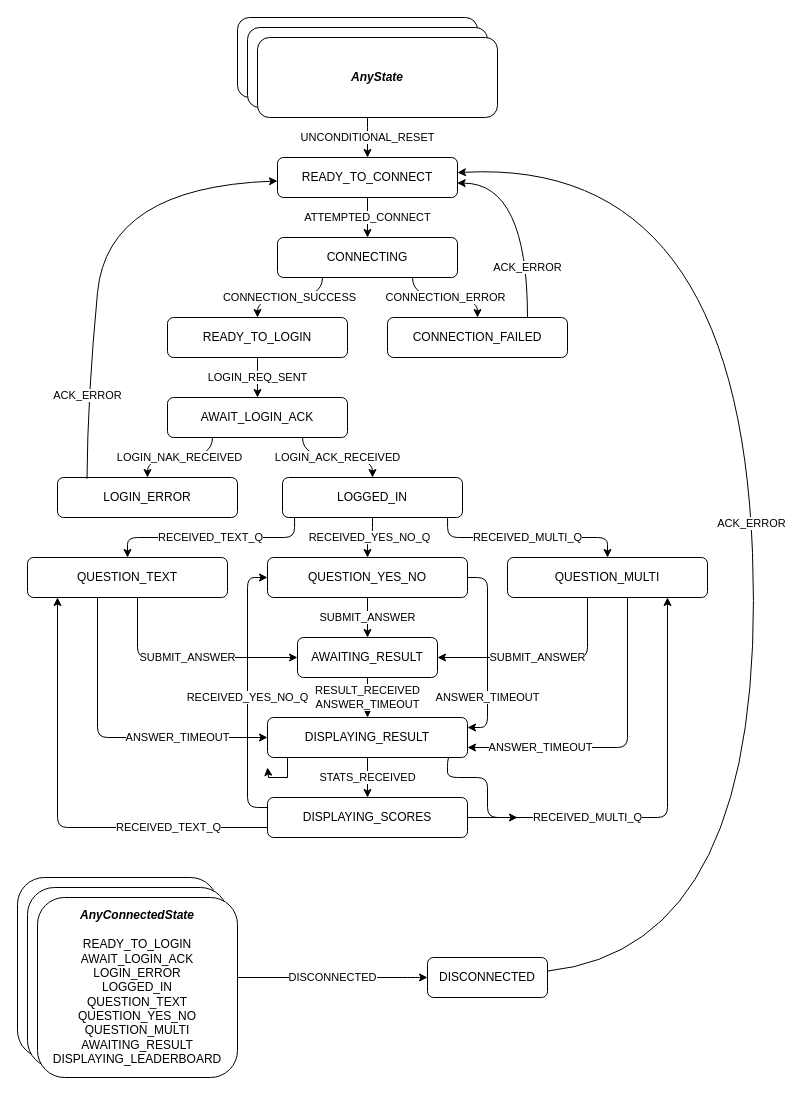
Earlier version of the draw.io diagram alpha_web_client/src/stores/kayeet_states.drawio (melektron/alpha). Source tidied: cells renumbered, new cells numbered last; positions are measured from the earlier drawing's top-left corner, leaving out a move shared by most shapes. Both pictures are drawn from the tidied source at 100%, with x=0, y=0 at pixel (17, 17).
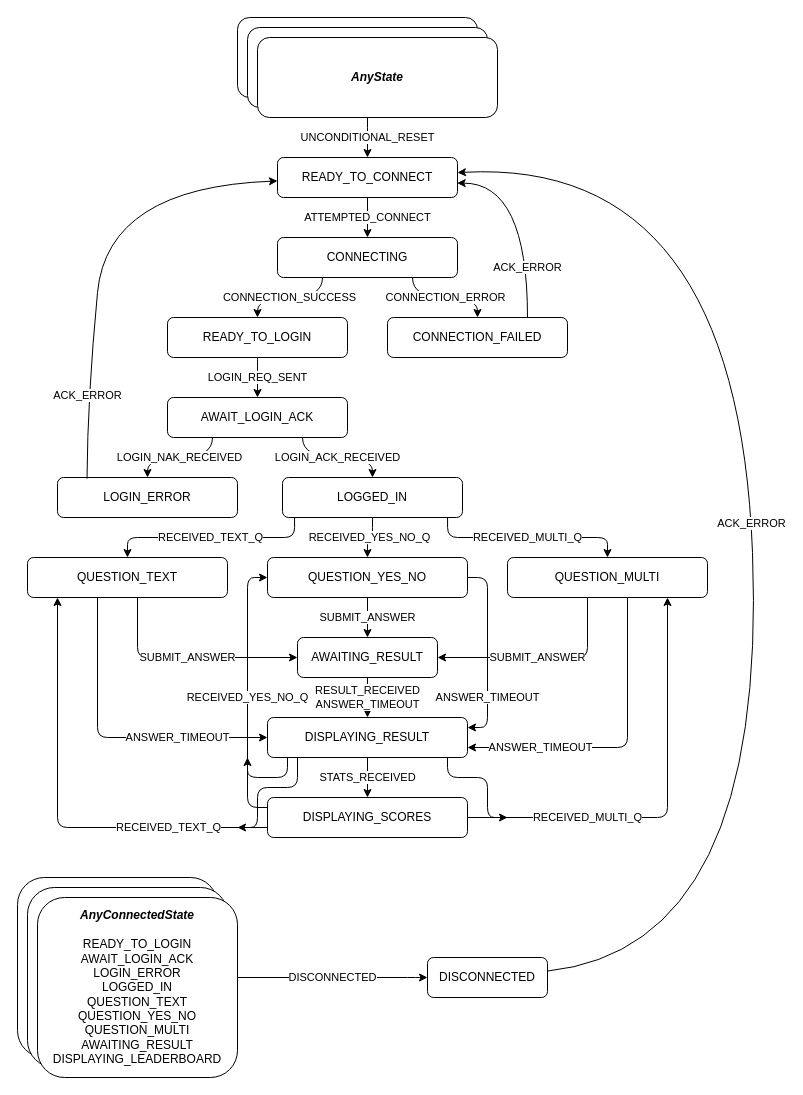
The same page after the edit.

The change refers to these unchanged cells:
```xml
<mxCell id="36" value="DISPLAYING_RESULT" style="rounded=1;whiteSpace=wrap;html=1;" parent="1" vertex="1">
  <mxGeometry x="250" y="700" width="200" height="40" as="geometry" />
</mxCell>
```

What changed in the source:
```diff
@@
-    <mxCell id="34" style="edgeStyle=orthogonalEdgeStyle;rounded=1;jettySize=auto;html=1;exitX=0.927;exitY=0.977;exitDx=0;exitDy=0;curved=0;exitPerimeter=0;" parent="1" edge="1" source="36">
-      <mxGeometry relative="1" as="geometry">
-        <mxPoint x="500" y="800" as="targetPoint" />
-        <Array as="points">
-          <mxPoint x="430" y="739" />
-          <mxPoint x="430" y="760" />
-          <mxPoint x="470" y="760" />
-          <mxPoint x="470" y="800" />
-        </Array>
-      </mxGeometry>
-    </mxCell>
-    <mxCell id="35" style="edgeStyle=orthogonalEdgeStyle;rounded=0;jettySize=auto;html=1;" parent="1" edge="1" source="36">
-      <mxGeometry relative="1" as="geometry">
-        <mxPoint x="250" y="750" as="targetPoint" />
-        <Array as="points">
-          <mxPoint x="270" y="760" />
-          <mxPoint x="251" y="760" />
-          <mxPoint x="251" y="750" />
-        </Array>
-      </mxGeometry>
-    </mxCell>
@@
+    <mxCell id="49" style="endArrow=classic;html=1;rounded=1;curved=0;" parent="1" edge="1">
+      <mxGeometry relative="1" as="geometry">
+        <mxPoint x="270" y="740" as="sourcePoint" />
+        <mxPoint x="230" y="740" as="targetPoint" />
+        <Array as="points">
+          <mxPoint x="270" y="760" />
+          <mxPoint x="230" y="760" />
+        </Array>
+      </mxGeometry>
+    </mxCell>
+    <mxCell id="50" style="endArrow=classic;html=1;rounded=1;exitX=0.9;exitY=1;exitDx=0;exitDy=0;exitPerimeter=0;curved=0;" parent="1" edge="1" source="36">
+      <mxGeometry relative="1" as="geometry">
+        <mxPoint x="490" y="800" as="targetPoint" />
+        <Array as="points">
+          <mxPoint x="430" y="760" />
+          <mxPoint x="470" y="760" />
+          <mxPoint x="470" y="800" />
+        </Array>
+      </mxGeometry>
+    </mxCell>
+    <mxCell id="51" style="endArrow=classic;html=1;rounded=1;exitX=0.15;exitY=1;exitDx=0;exitDy=0;exitPerimeter=0;curved=0;" parent="1" edge="1" source="36">
+      <mxGeometry relative="1" as="geometry">
+        <mxPoint x="220" y="810" as="targetPoint" />
+        <Array as="points">
+          <mxPoint x="280" y="770" />
+          <mxPoint x="240" y="770" />
+          <mxPoint x="240" y="810" />
+        </Array>
+      </mxGeometry>
+    </mxCell>
```
